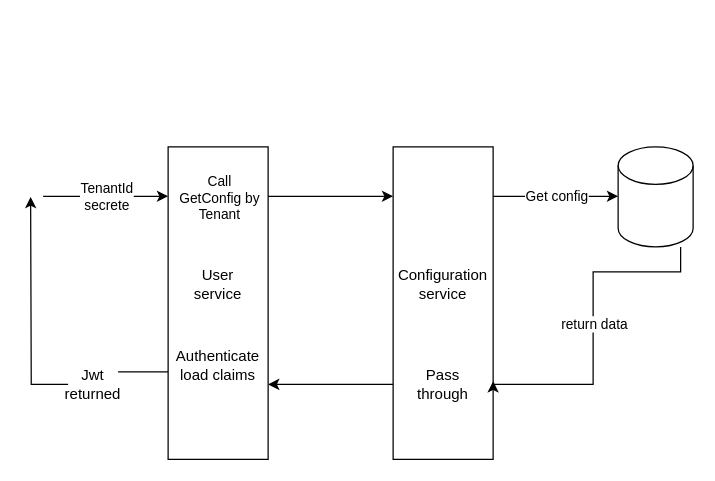
Celakanth/alexa keeps this draw.io diagram as page "Auth a user" (2 of 2) of Flex-Authentication.drawio. Above is the earlier version. Source tidied: cells renumbered, new cells numbered last; positions are measured from the earlier drawing's top-left corner, leaving out a move shared by most shapes. Both pictures are drawn from the tidied source at 125%, with x=0, y=0 at pixel (30, 146).
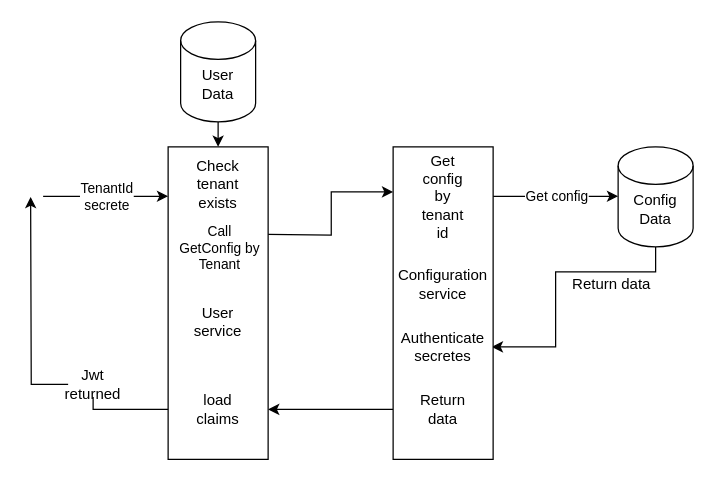
Above is the later version.

The change refers to these unchanged cells:
```xml
<mxCell id="5" style="shape=cylinder3;whiteSpace=wrap;html=1;boundedLbl=1;backgroundOutline=1;size=15;" parent="1" vertex="1">
  <mxGeometry x="470" width="60" height="80" as="geometry" />
</mxCell>
<mxCell id="9" style="rounded=0;whiteSpace=wrap;html=1;direction=south;" parent="1" vertex="1">
  <mxGeometry x="290" width="80" height="250" as="geometry" />
</mxCell>
<mxCell id="12" style="rounded=0;whiteSpace=wrap;html=1;direction=south;" parent="1" vertex="1">
  <mxGeometry x="110" width="80" height="250" as="geometry" />
</mxCell>
<mxCell id="19" value="Jwt returned&lt;br&gt;" style="text;html=1;strokeColor=none;fillColor=none;align=center;verticalAlign=middle;whiteSpace=wrap;rounded=0;" parent="1" vertex="1">
  <mxGeometry x="30" y="180" width="40" height="20" as="geometry" />
</mxCell>
```

Diff of the diagram source:
```diff
@@
-    <mxCell id="4" style="endArrow=classic;html=1;rounded=0;edgeStyle=orthogonalEdgeStyle;" parent="1" edge="1">
+    <mxCell id="4" style="endArrow=classic;html=1;rounded=0;edgeStyle=orthogonalEdgeStyle;entryX=0.144;entryY=1;entryDx=0;entryDy=0;entryPerimeter=0;" parent="1" edge="1" target="9">
       <mxGeometry relative="1" as="geometry">
-        <mxPoint x="190" y="39.5" as="sourcePoint" />
-        <mxPoint x="290" y="39.5" as="targetPoint" />
+        <mxPoint x="190" y="70" as="sourcePoint" />
       </mxGeometry>
     </mxCell>
+    <mxCell id="21" style="edgeStyle=orthogonalEdgeStyle;rounded=0;jettySize=auto;html=1;entryX=0.64;entryY=0.013;entryDx=0;entryDy=0;entryPerimeter=0;" parent="1" edge="1" source="5" target="9">
+      <mxGeometry relative="1" as="geometry">
+        <Array as="points">
+          <mxPoint x="500" y="100" />
+          <mxPoint x="420" y="100" />
+          <mxPoint x="420" y="160" />
+        </Array>
+      </mxGeometry>
+    </mxCell>
@@
     <mxCell id="8" style="edgeStyle=orthogonalEdgeStyle;rounded=0;jettySize=auto;html=1;" parent="1" edge="1" source="9" target="12">
       <mxGeometry relative="1" as="geometry">
         <Array as="points">
-          <mxPoint x="250" y="190" />
-          <mxPoint x="250" y="190" />
+          <mxPoint x="250" y="210" />
+          <mxPoint x="250" y="210" />
         </Array>
       </mxGeometry>
     </mxCell>
@@
     <mxCell id="13" value="User service" style="text;html=1;strokeColor=none;fillColor=none;align=center;verticalAlign=middle;whiteSpace=wrap;rounded=0;" parent="1" vertex="1">
-      <mxGeometry x="130" y="100" width="40" height="20" as="geometry" />
+      <mxGeometry x="130" y="130" width="40" height="20" as="geometry" />
     </mxCell>
     <mxCell id="14" value="Call&lt;br&gt;GetConfig by&lt;br&gt;Tenant" style="edgeLabel;html=1;align=center;verticalAlign=middle;" parent="1" vertex="1">
-      <mxGeometry x="150" y="40" as="geometry" />
+      <mxGeometry x="150" y="80" as="geometry" />
     </mxCell>
-    <mxCell id="15" style="endArrow=classic;html=1;rounded=0;edgeStyle=orthogonalEdgeStyle;entryX=0.75;entryY=0;entryDx=0;entryDy=0;" parent="1" edge="1" target="9">
-      <mxGeometry relative="1" as="geometry">
-        <mxPoint x="520" y="80" as="sourcePoint" />
-        <Array as="points">
-          <mxPoint x="520" y="100" />
-          <mxPoint x="450" y="100" />
-          <mxPoint x="450" y="190" />
-          <mxPoint x="370" y="190" />
-        </Array>
-      </mxGeometry>
-    </mxCell>
-    <mxCell id="16" value="return data" style="edgeLabel;html=1;align=center;verticalAlign=middle;" parent="15" vertex="1">
-      <mxGeometry relative="1" as="geometry" />
-    </mxCell>
-    <mxCell id="17" value="Pass through" style="text;html=1;strokeColor=none;fillColor=none;align=center;verticalAlign=middle;whiteSpace=wrap;rounded=0;" parent="1" vertex="1">
-      <mxGeometry x="310" y="180" width="40" height="20" as="geometry" />
+    <mxCell id="17" value="Return data" style="text;html=1;strokeColor=none;fillColor=none;align=center;verticalAlign=middle;whiteSpace=wrap;rounded=0;" parent="1" vertex="1">
+      <mxGeometry x="310" y="200" width="40" height="20" as="geometry" />
     </mxCell>
-    <mxCell id="18" value="Authenticate&lt;br&gt;load claims&lt;br&gt;" style="text;html=1;strokeColor=none;fillColor=none;align=center;verticalAlign=middle;whiteSpace=wrap;rounded=0;" parent="1" vertex="1">
-      <mxGeometry x="125" y="150" width="50" height="50" as="geometry" />
+    <mxCell id="18" value="load claims" style="text;html=1;strokeColor=none;fillColor=none;align=center;verticalAlign=middle;whiteSpace=wrap;rounded=0;" parent="1" vertex="1">
+      <mxGeometry x="125" y="185" width="50" height="50" as="geometry" />
     </mxCell>
@@
     <mxCell id="20" style="edgeStyle=orthogonalEdgeStyle;rounded=0;jettySize=auto;html=1;endArrow=none;" parent="1" edge="1" source="12" target="19">
       <mxGeometry relative="1" as="geometry">
         <Array as="points">
-          <mxPoint x="60" y="200" />
-          <mxPoint x="60" y="200" />
+          <mxPoint x="50" y="210" />
         </Array>
       </mxGeometry>
     </mxCell>
+    <mxCell id="22" value="Authenticate secretes&lt;br&gt;" style="text;html=1;strokeColor=none;fillColor=none;align=center;verticalAlign=middle;whiteSpace=wrap;rounded=0;" parent="1" vertex="1">
+      <mxGeometry x="310" y="150" width="40" height="20" as="geometry" />
+    </mxCell>
+    <mxCell id="23" value="Get config by tenant id" style="text;html=1;strokeColor=none;fillColor=none;align=center;verticalAlign=middle;whiteSpace=wrap;rounded=0;" parent="1" vertex="1">
+      <mxGeometry x="310" y="30" width="40" height="20" as="geometry" />
+    </mxCell>
+    <mxCell id="24" value="Return data" style="text;html=1;strokeColor=none;fillColor=none;align=center;verticalAlign=middle;whiteSpace=wrap;rounded=0;" parent="1" vertex="1">
+      <mxGeometry x="430" y="100" width="70" height="20" as="geometry" />
+    </mxCell>
+    <mxCell id="25" value="Check tenant&lt;br&gt;exists" style="text;html=1;strokeColor=none;fillColor=none;align=center;verticalAlign=middle;whiteSpace=wrap;rounded=0;" parent="1" vertex="1">
+      <mxGeometry x="130" y="20" width="40" height="20" as="geometry" />
+    </mxCell>
+    <mxCell id="26" style="edgeStyle=orthogonalEdgeStyle;rounded=0;jettySize=auto;html=1;" parent="1" edge="1" source="27">
+      <mxGeometry relative="1" as="geometry">
+        <mxPoint x="150" as="targetPoint" />
+      </mxGeometry>
+    </mxCell>
+    <mxCell id="27" style="shape=cylinder3;whiteSpace=wrap;html=1;boundedLbl=1;backgroundOutline=1;size=15;" parent="1" vertex="1">
+      <mxGeometry x="120" y="-100" width="60" height="80" as="geometry" />
+    </mxCell>
+    <mxCell id="28" value="User Data" style="text;html=1;strokeColor=none;fillColor=none;align=center;verticalAlign=middle;whiteSpace=wrap;rounded=0;" parent="1" vertex="1">
+      <mxGeometry x="130" y="-60" width="40" height="20" as="geometry" />
+    </mxCell>
+    <mxCell id="29" value="Config Data" style="text;html=1;strokeColor=none;fillColor=none;align=center;verticalAlign=middle;whiteSpace=wrap;rounded=0;" parent="1" vertex="1">
+      <mxGeometry x="480" y="40" width="40" height="20" as="geometry" />
+    </mxCell>
```
